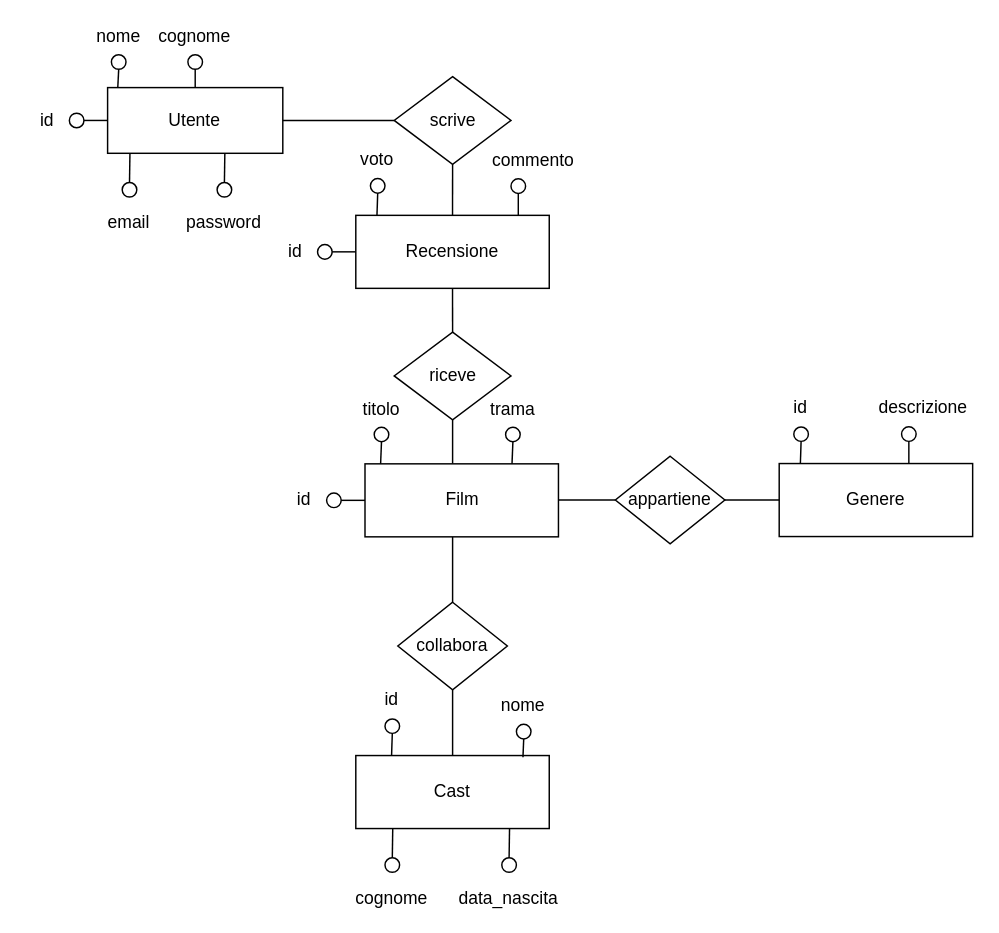
Above: page "Schema Intermedio" (2 of 5) of Diagrammi.drawio in dcocuzza/recensioni_film (draw.io), before the change. Source tidied: cells renumbered, new cells numbered last; positions are measured from the earlier drawing's top-left corner, leaving out a move shared by most shapes. Both pictures are drawn from the tidied source at 146%, with x=0, y=0 at pixel (25, 25).
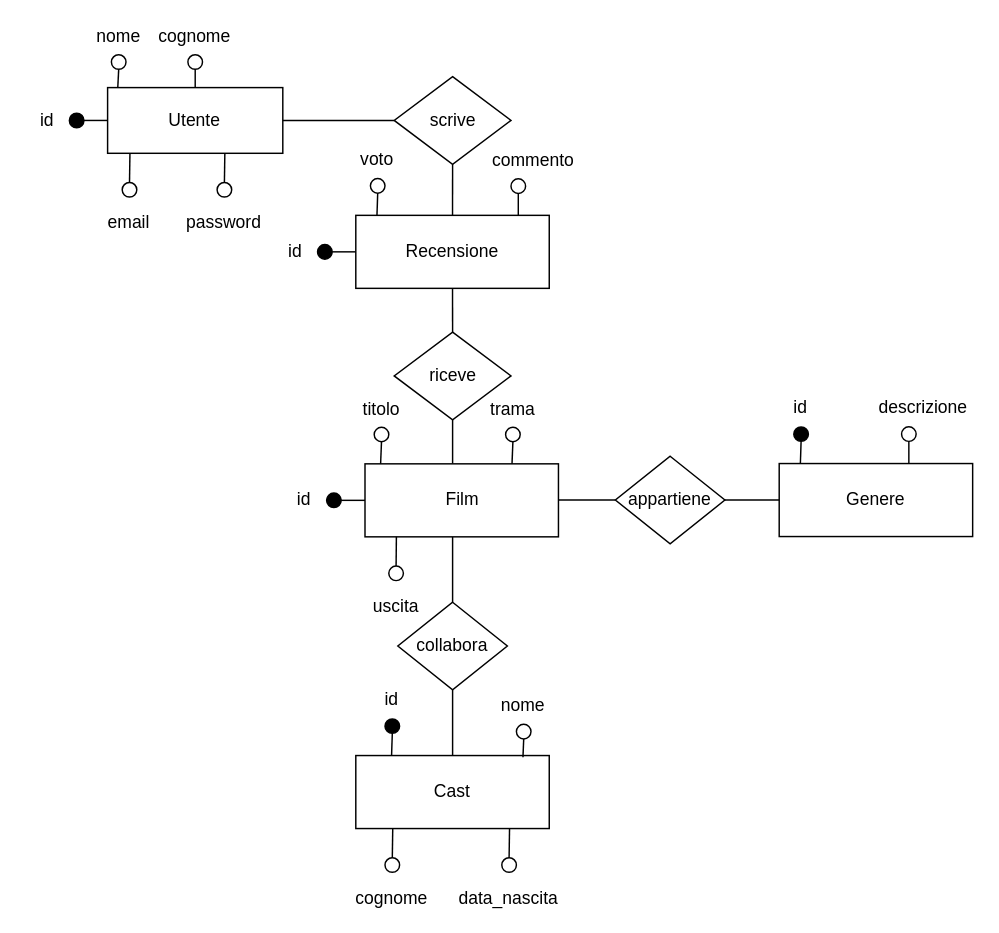
The same page after the edit.

Change to the diagram source:
```diff
@@
-    <mxCell id="17" style="ellipse;whiteSpace=wrap;html=1;" parent="1" vertex="1">
+    <mxCell id="17" style="ellipse;whiteSpace=wrap;html=1;fillColor=#000000;" parent="1" vertex="1">
       <mxGeometry x="30" y="60" width="10" height="10" as="geometry" />
     </mxCell>
@@
-    <mxCell id="36" style="ellipse;whiteSpace=wrap;html=1;" parent="1" vertex="1">
+    <mxCell id="36" style="ellipse;whiteSpace=wrap;html=1;strokeColor=#000000;fillColor=#000000;" parent="1" vertex="1">
       <mxGeometry x="526.2" y="275" width="10" height="9.8" as="geometry" />
     </mxCell>
@@
-    <mxCell id="40" style="ellipse;whiteSpace=wrap;html=1;" parent="1" vertex="1">
+    <mxCell id="40" style="ellipse;whiteSpace=wrap;html=1;fillColor=#000000;" parent="1" vertex="1">
       <mxGeometry x="246.2" y="475" width="10" height="9.8" as="geometry" />
     </mxCell>
@@
-    <mxCell id="61" style="ellipse;whiteSpace=wrap;html=1;" parent="1" vertex="1">
+    <mxCell id="61" style="ellipse;whiteSpace=wrap;html=1;fillColor=#000000;" parent="1" vertex="1">
       <mxGeometry x="206.2" y="320.2" width="10" height="10" as="geometry" />
     </mxCell>
@@
-    <mxCell id="67" style="ellipse;whiteSpace=wrap;html=1;" parent="1" vertex="1">
+    <mxCell id="67" style="ellipse;whiteSpace=wrap;html=1;fillColor=#000000;" parent="1" vertex="1">
       <mxGeometry x="200" y="150" width="10" height="10" as="geometry" />
     </mxCell>
@@
+    <mxCell id="70" value="uscita" style="text;html=1;strokeColor=none;fillColor=none;align=center;verticalAlign=middle;whiteSpace=wrap;rounded=0;" parent="1" vertex="1">
+      <mxGeometry x="238.8" y="390.2" width="30" height="15" as="geometry" />
+    </mxCell>
+    <mxCell id="71" style="ellipse;whiteSpace=wrap;html=1;" parent="1" vertex="1">
+      <mxGeometry x="248.8" y="370.2" width="10" height="10" as="geometry" />
+    </mxCell>
+    <mxCell id="72" style="endArrow=none;html=1;rounded=0;exitX=0.5;exitY=0;exitDx=0;exitDy=0;" parent="1" edge="1" source="71">
+      <mxGeometry relative="1" as="geometry">
+        <mxPoint x="254" y="350.2" as="targetPoint" />
+      </mxGeometry>
+    </mxCell>
```
